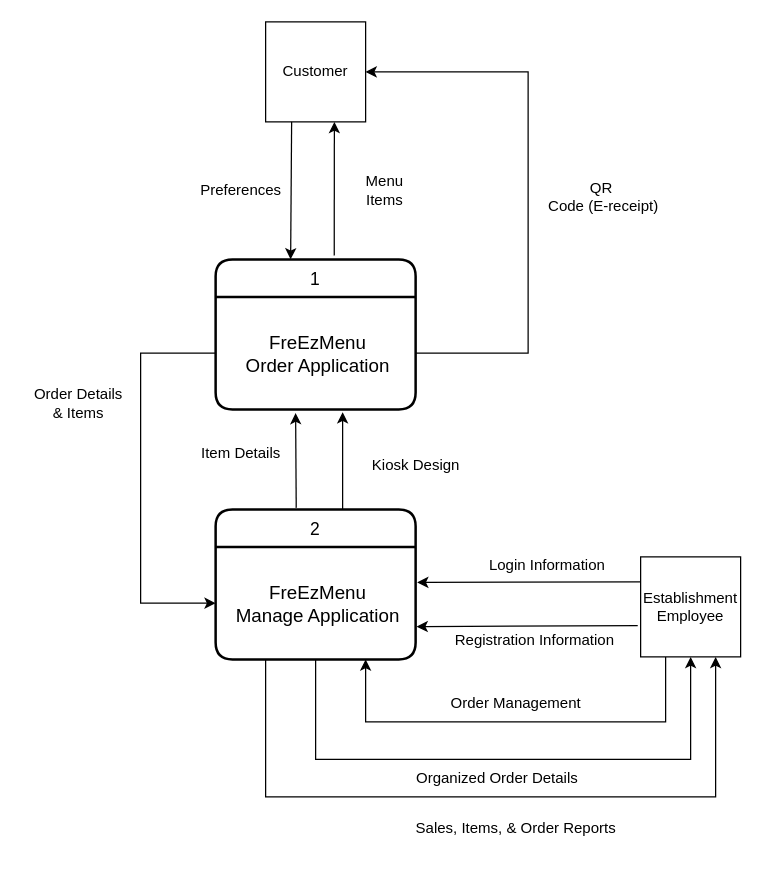
Earlier version of the draw.io diagram DOCS/Diagrams/drawio/DFD Diagram 0.drawio (alexxGmZ/MenuMaApp). Source tidied: cells renumbered, new cells numbered last; positions are measured from the earlier drawing's top-left corner, leaving out a move shared by most shapes. Both pictures are drawn from the tidied source at 125%, with x=0, y=0 at pixel (21, 21).
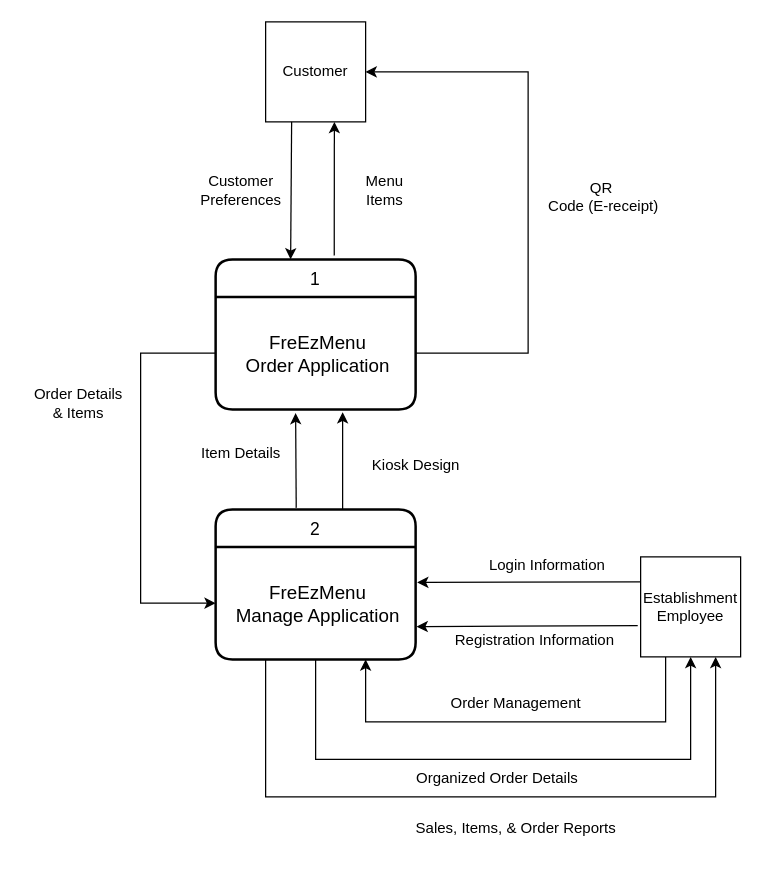
The same diagram, later.

Commit message:
diagram(dfd): diagram 0 minor changes

Change to the diagram source:
```diff
@@
-    <mxCell id="13" value="Preferences" style="text;html=1;align=center;verticalAlign=middle;strokeColor=none;fillColor=none;" parent="1" vertex="1">
-      <mxGeometry x="130" y="120" width="90" height="30" as="geometry" />
+    <mxCell id="13" value="Customer&lt;br&gt;Preferences" style="text;html=1;align=center;verticalAlign=middle;strokeColor=none;fillColor=none;" parent="1" vertex="1">
+      <mxGeometry x="130" y="115" width="90" height="40" as="geometry" />
     </mxCell>
```
